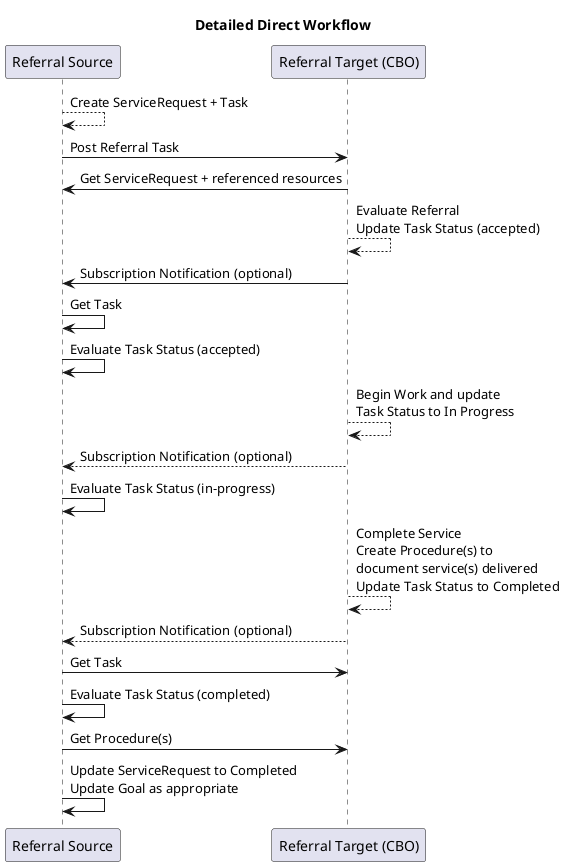
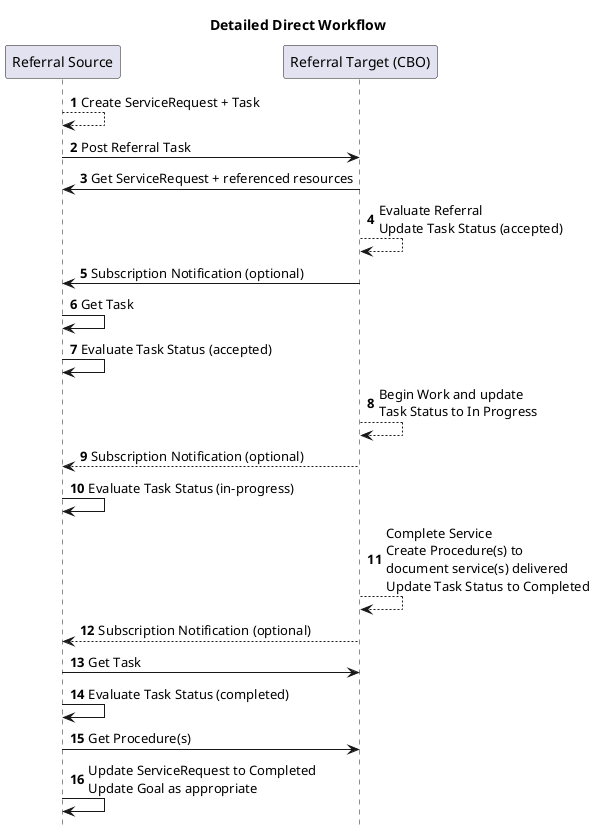
@startuml
/'!theme bluegray'/
title Detailed Direct Workflow

participant "Referral Source" as A
participant "Referral Target (CBO)" as B

+ autonumber
A --> A : Create ServiceRequest + Task
A -> B : Post Referral Task

B -> A : Get ServiceRequest + referenced resources
B --> B : Evaluate Referral\nUpdate Task Status (accepted)
B -> A : Subscription Notification (optional)
A -> A : Get Task
A -> A : Evaluate Task Status (accepted)
B --> B : Begin Work and update\nTask Status to In Progress
B --> A : Subscription Notification (optional)
A -> A : Evaluate Task Status (in-progress)
B --> B : Complete Service\nCreate Procedure(s) to\ndocument service(s) delivered\nUpdate Task Status to Completed
B --> A : Subscription Notification (optional)
A -> B : Get Task
A -> A : Evaluate Task Status (completed)
A -> B : Get Procedure(s)
A -> A : Update ServiceRequest to Completed\nUpdate Goal as appropriate
- 
+ hide footbox
@enduml